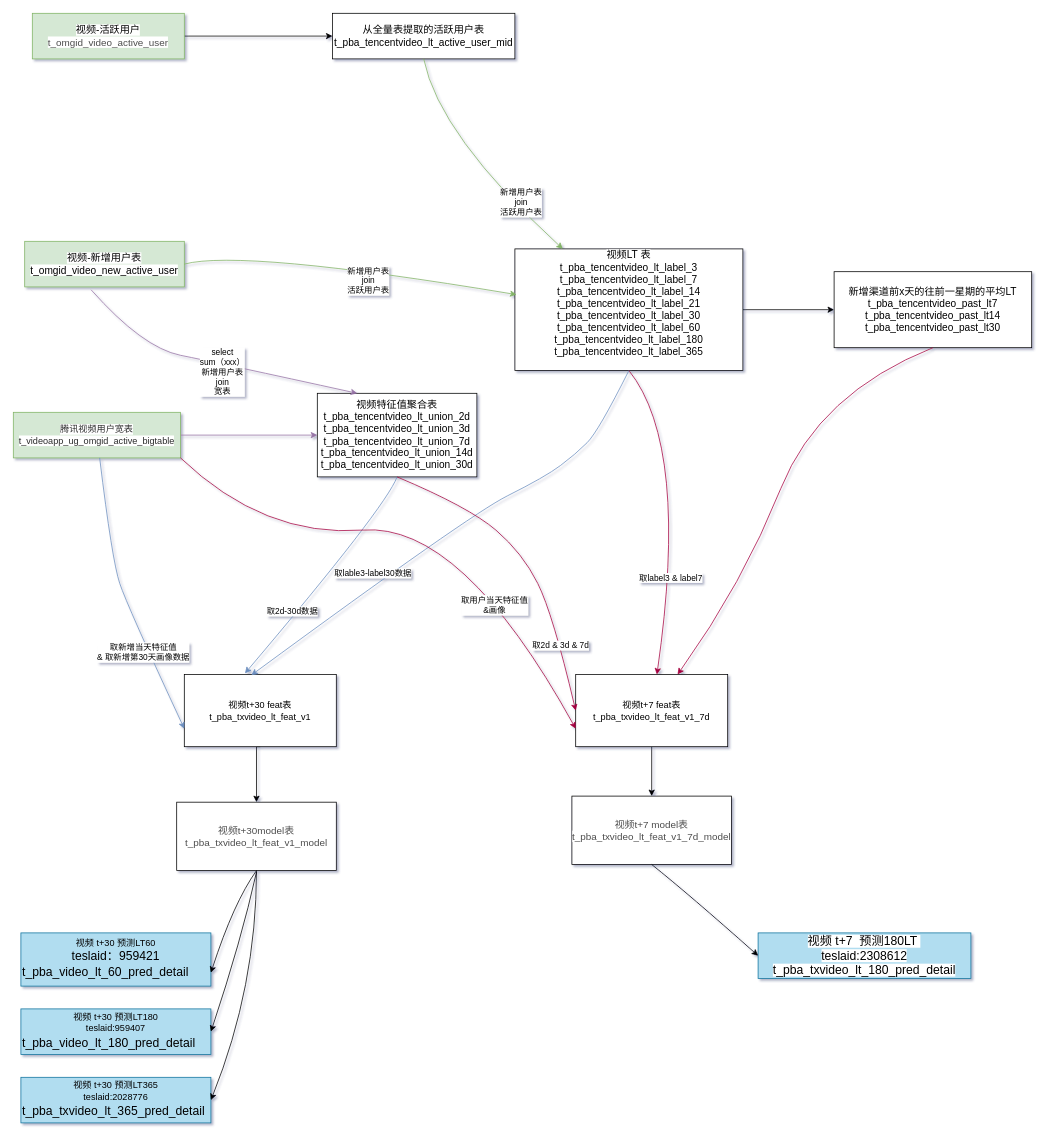
Earlier version of the draw.io diagram 视频LTV逻辑图.drawio (jiabingapt/awesome). Source tidied: cells renumbered, new cells numbered last; positions are measured from the earlier drawing's top-left corner, leaving out a move shared by most shapes. Both pictures are drawn from the tidied source at 76%, with x=0, y=0 at pixel (13, 13).
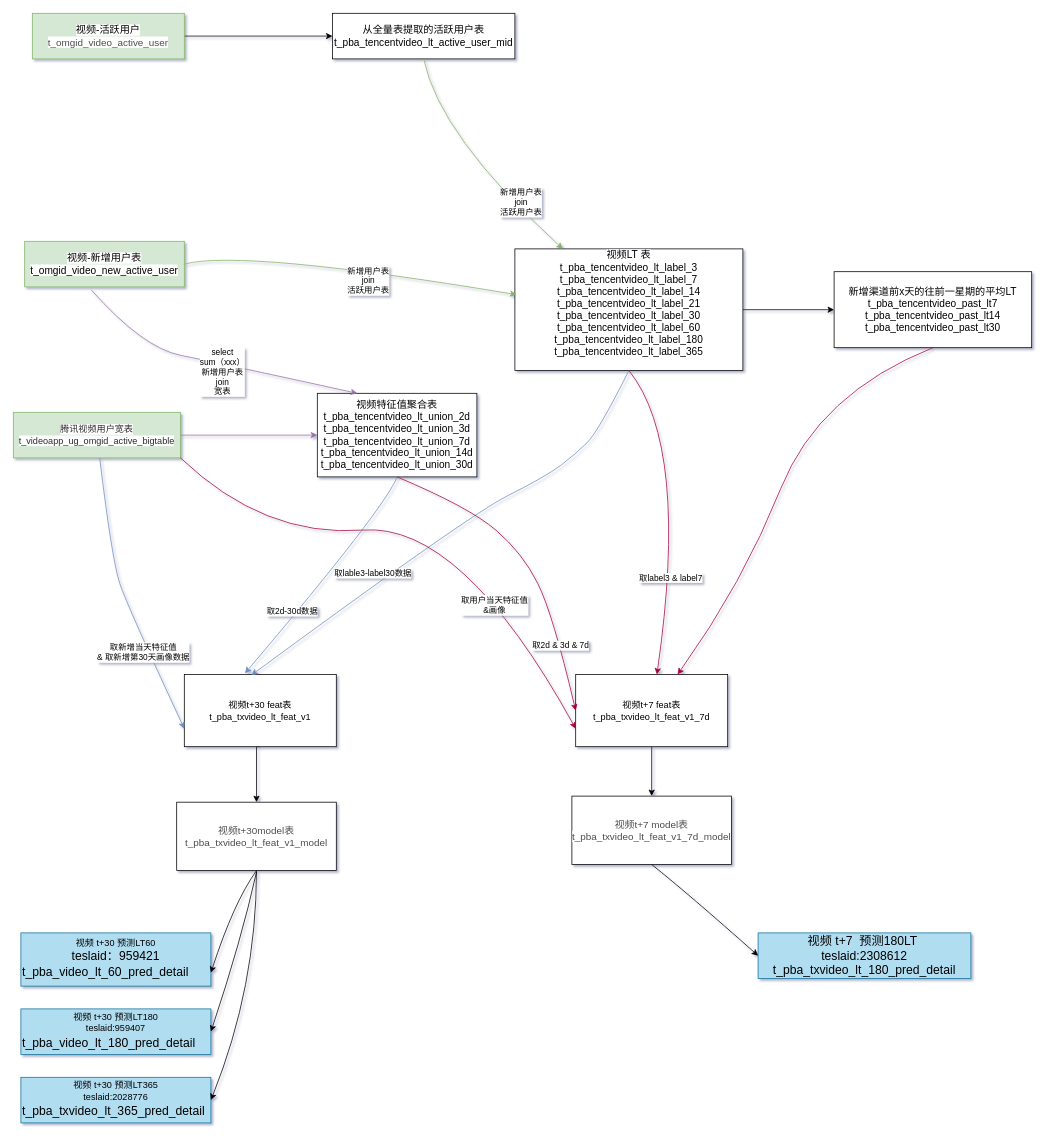
Above is the later version.

Commit message:
Update 视频LTV逻辑图.drawio

The edit, as a diff of the source:
```diff
@@
-    <mxCell id="43" value="&lt;span style=&quot;font-family: &amp;#34;microsoft yahei&amp;#34; , ; font-size: 16px ; text-align: left ; background-color: rgb(255 , 255 , 255)&quot;&gt;视频 t+7&amp;nbsp; 预测180LT&amp;nbsp;&lt;br&gt;teslaid:2308612&lt;br&gt;t_pba_txvideo_lt_180_pred_detail&lt;/span&gt;" style="rounded=0;whiteSpace=wrap;html=1;fillColor=#b1ddf0;strokeColor=#10739e;" parent="1" vertex="1">
+    <mxCell id="43" value="&lt;span style=&quot;font-size: 16px ; text-align: left&quot;&gt;视频 t+7&amp;nbsp; 预测180LT&amp;nbsp;&lt;br&gt;teslaid:2308612&lt;br&gt;t_pba_txvideo_lt_180_pred_detail&lt;/span&gt;" style="rounded=0;whiteSpace=wrap;html=1;fillColor=#b1ddf0;strokeColor=#10739e;shadow=0;" parent="1" vertex="1">
       <mxGeometry x="980" y="1210" width="280" height="60" as="geometry" />
     </mxCell>
```
